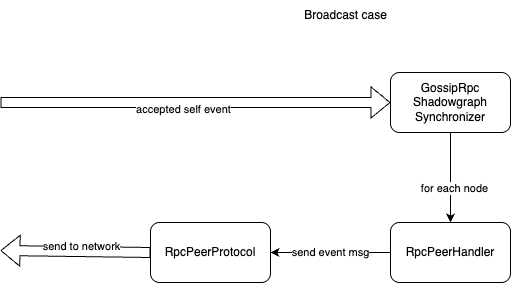
hiero-ledger/hiero-consensus-node keeps this draw.io diagram as platform-sdk/docs/core/gossip/rpc/rpc-gossip-Broadcast.drawio.png. Above is the earlier version. Source tidied: cells renumbered, new cells last; positions are measured from the earlier drawing's top-left corner, leaving out a move shared by most shapes. Its diagram source:
```xml
<mxGraphModel>
  <root>
    <mxCell id="0" />
    <mxCell id="1" parent="0" />
    <mxCell id="2" value="RpcPeerProtocol" style="rounded=1;whiteSpace=wrap;html=1;" parent="1" vertex="1">
      <mxGeometry x="150" y="222" width="120" height="60" as="geometry" />
    </mxCell>
    <mxCell id="3" style="edgeStyle=orthogonalEdgeStyle;rounded=0;jettySize=auto;html=1;entryX=0.5;entryY=0;entryDx=0;entryDy=0;" parent="1" edge="1" source="5" target="7">
      <mxGeometry relative="1" as="geometry" />
    </mxCell>
    <mxCell id="4" value="for each node" style="edgeLabel;html=1;align=center;verticalAlign=middle;" parent="3" vertex="1">
      <mxGeometry x="0.22" y="3" relative="1" as="geometry" />
    </mxCell>
    <mxCell id="5" value="GossipRpc&lt;br&gt;Shadowgraph&lt;br&gt;Synchronizer" style="rounded=1;whiteSpace=wrap;html=1;" parent="1" vertex="1">
      <mxGeometry x="390" y="72" width="120" height="60" as="geometry" />
    </mxCell>
    <mxCell id="6" value="send event msg" style="edgeStyle=orthogonalEdgeStyle;rounded=0;jettySize=auto;html=1;" parent="1" edge="1" source="7" target="2">
      <mxGeometry relative="1" as="geometry" />
    </mxCell>
    <mxCell id="7" value="RpcPeerHandler" style="rounded=1;whiteSpace=wrap;html=1;" parent="1" vertex="1">
      <mxGeometry x="390" y="222" width="120" height="60" as="geometry" />
    </mxCell>
    <mxCell id="8" value="Broadcast case" style="text;html=1;align=center;verticalAlign=middle;strokeColor=none;fillColor=none;" parent="1" vertex="1">
      <mxGeometry x="290" width="110" height="30" as="geometry" />
    </mxCell>
    <mxCell id="9" style="shape=flexArrow;endArrow=classic;html=1;rounded=0;entryX=0;entryY=0.5;entryDx=0;entryDy=0;" parent="1" edge="1" target="5">
      <mxGeometry relative="1" as="geometry">
        <mxPoint y="102" as="sourcePoint" />
      </mxGeometry>
    </mxCell>
    <mxCell id="10" value="accepted self event" style="edgeLabel;html=1;align=center;verticalAlign=middle;" parent="9" vertex="1">
      <mxGeometry x="-0.07" y="-6" relative="1" as="geometry" />
    </mxCell>
    <mxCell id="11" style="shape=flexArrow;endArrow=classic;html=1;rounded=0;exitX=0;exitY=0.5;exitDx=0;exitDy=0;" parent="1" edge="1" source="2">
      <mxGeometry relative="1" as="geometry">
        <mxPoint y="250" as="targetPoint" />
      </mxGeometry>
    </mxCell>
    <mxCell id="12" value="send to network" style="edgeLabel;html=1;align=center;verticalAlign=middle;" parent="11" vertex="1">
      <mxGeometry x="-0.07" y="-6" relative="1" as="geometry" />
    </mxCell>
  </root>
</mxGraphModel>
```
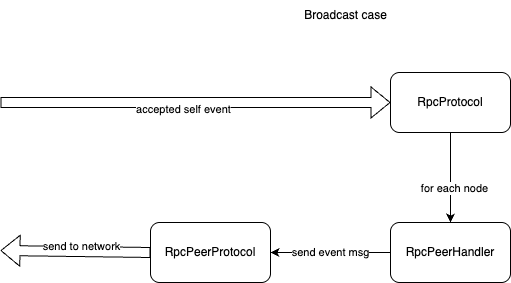
After the change.

Diff of the diagram source:
```diff
@@ -11,7 +11,7 @@
     <mxCell id="4" value="for each node" style="edgeLabel;html=1;align=center;verticalAlign=middle;" parent="3" vertex="1">
       <mxGeometry x="0.22" y="3" relative="1" as="geometry" />
     </mxCell>
-    <mxCell id="5" value="GossipRpc&lt;br&gt;Shadowgraph&lt;br&gt;Synchronizer" style="rounded=1;whiteSpace=wrap;html=1;" parent="1" vertex="1">
+    <mxCell id="5" value="RpcProtocol" style="rounded=1;whiteSpace=wrap;html=1;" parent="1" vertex="1">
       <mxGeometry x="390" y="72" width="120" height="60" as="geometry" />
     </mxCell>
     <mxCell id="6" value="send event msg" style="edgeStyle=orthogonalEdgeStyle;rounded=0;jettySize=auto;html=1;" parent="1" edge="1" source="7" target="2">
```
